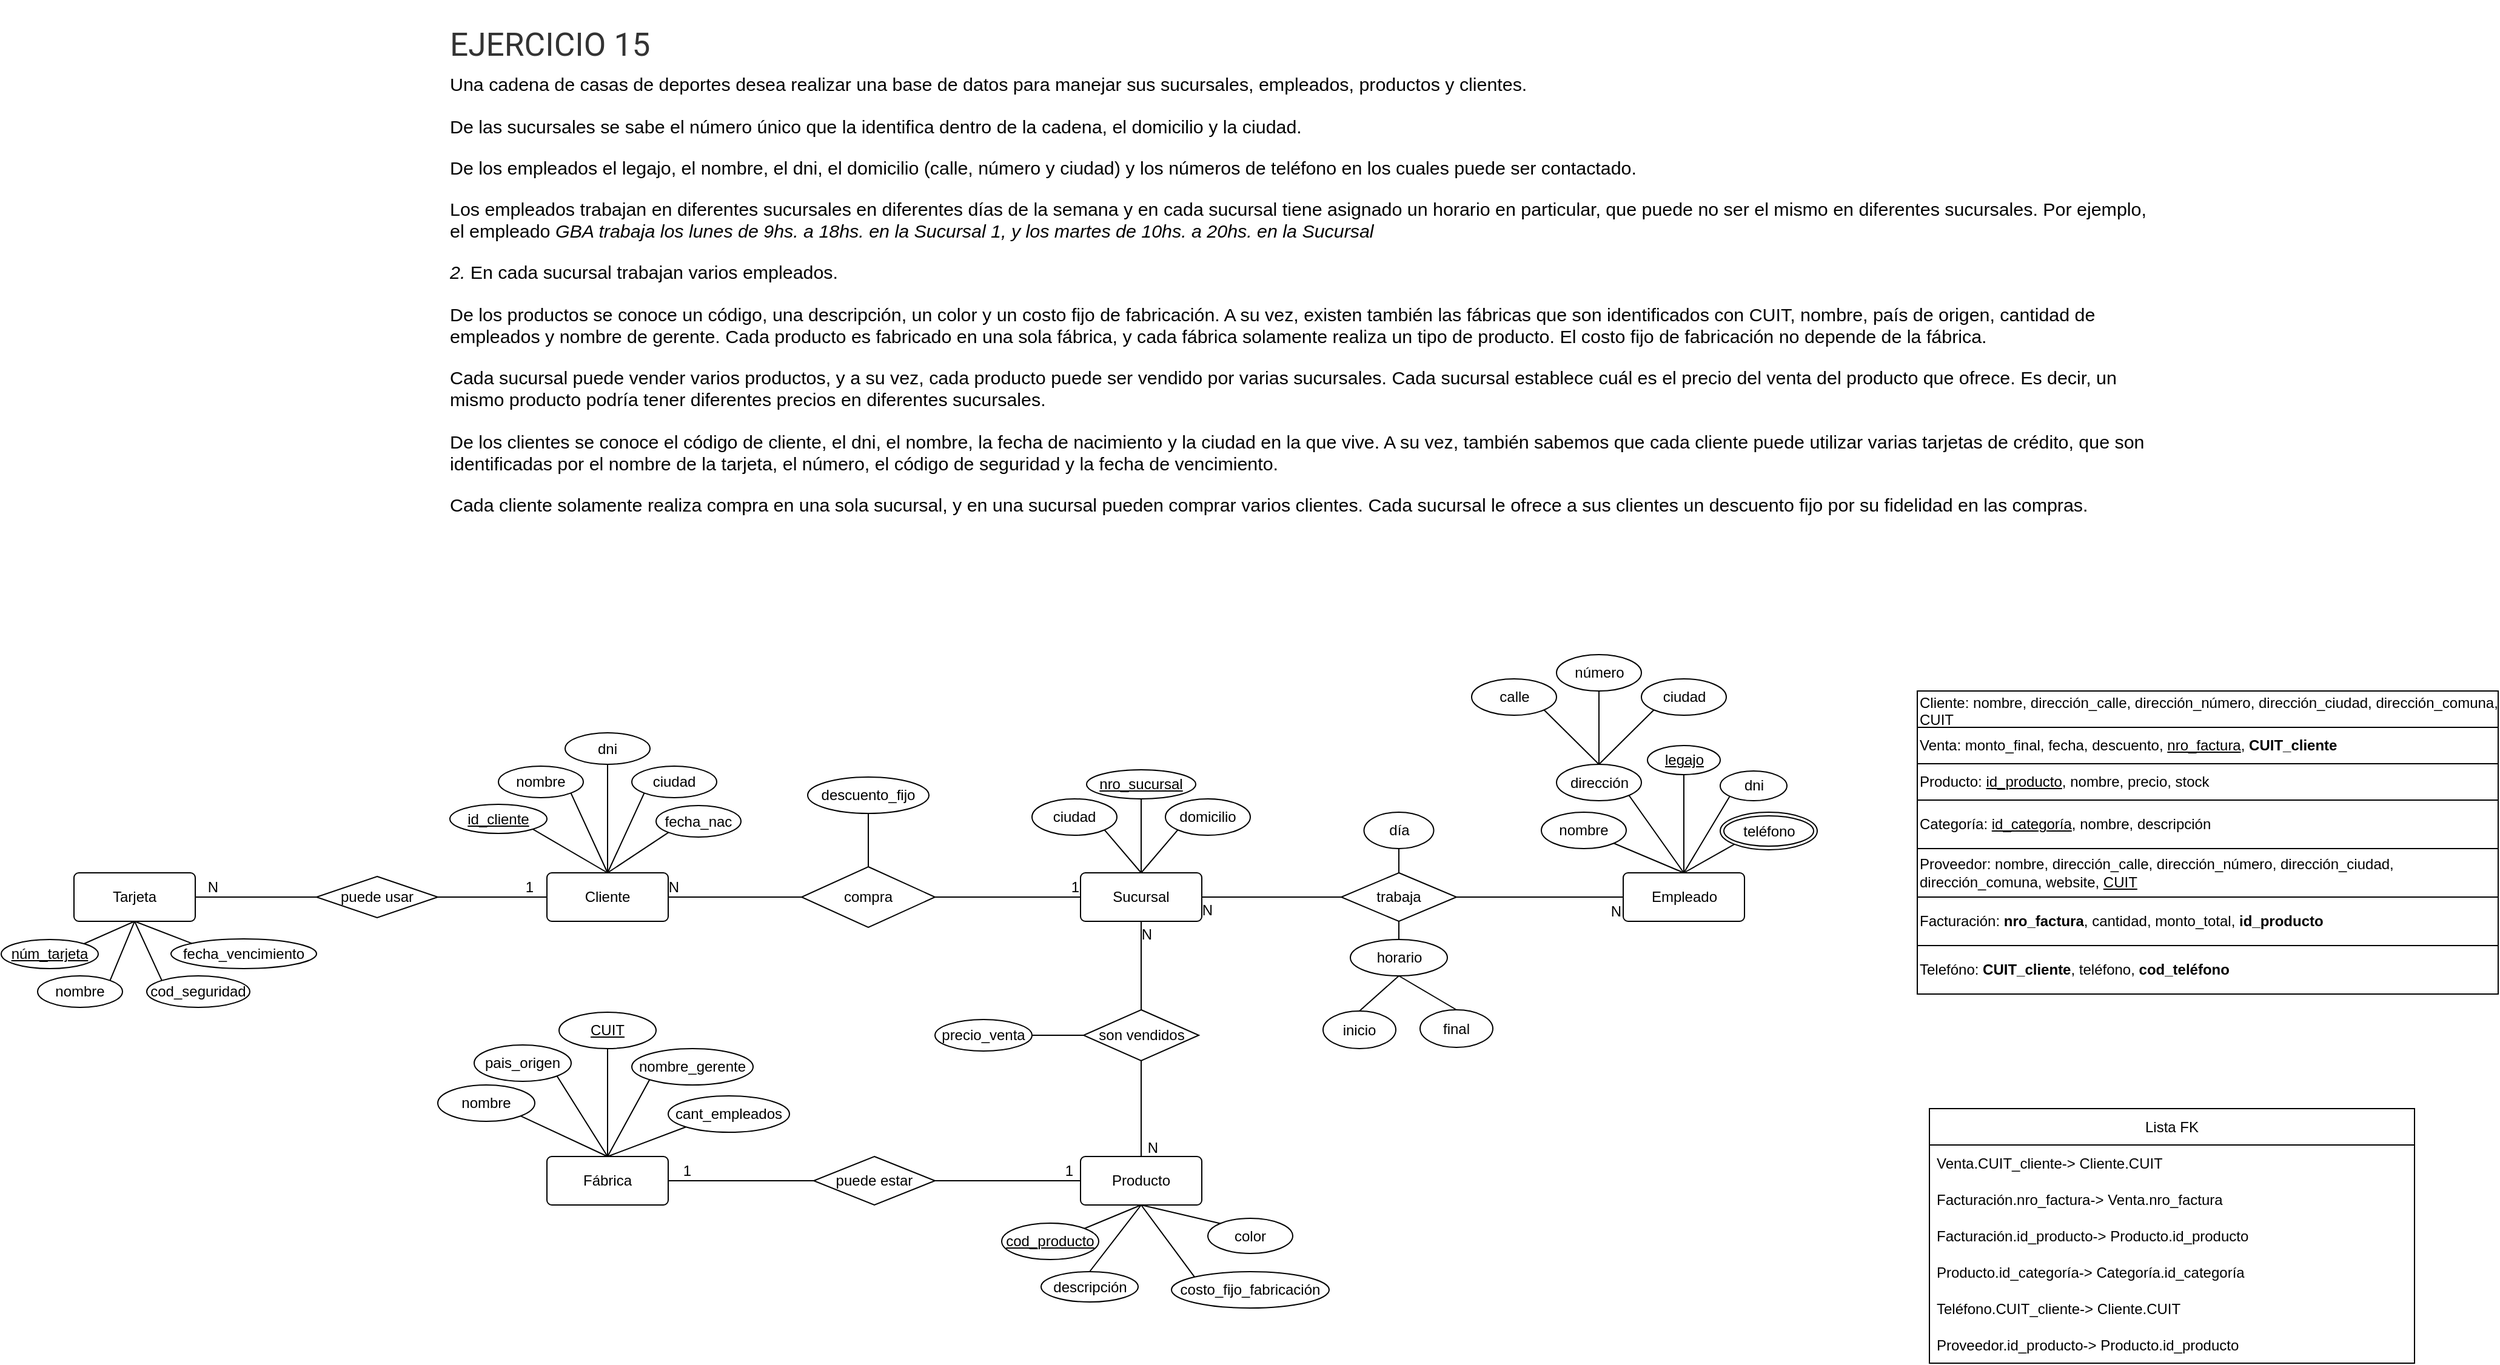
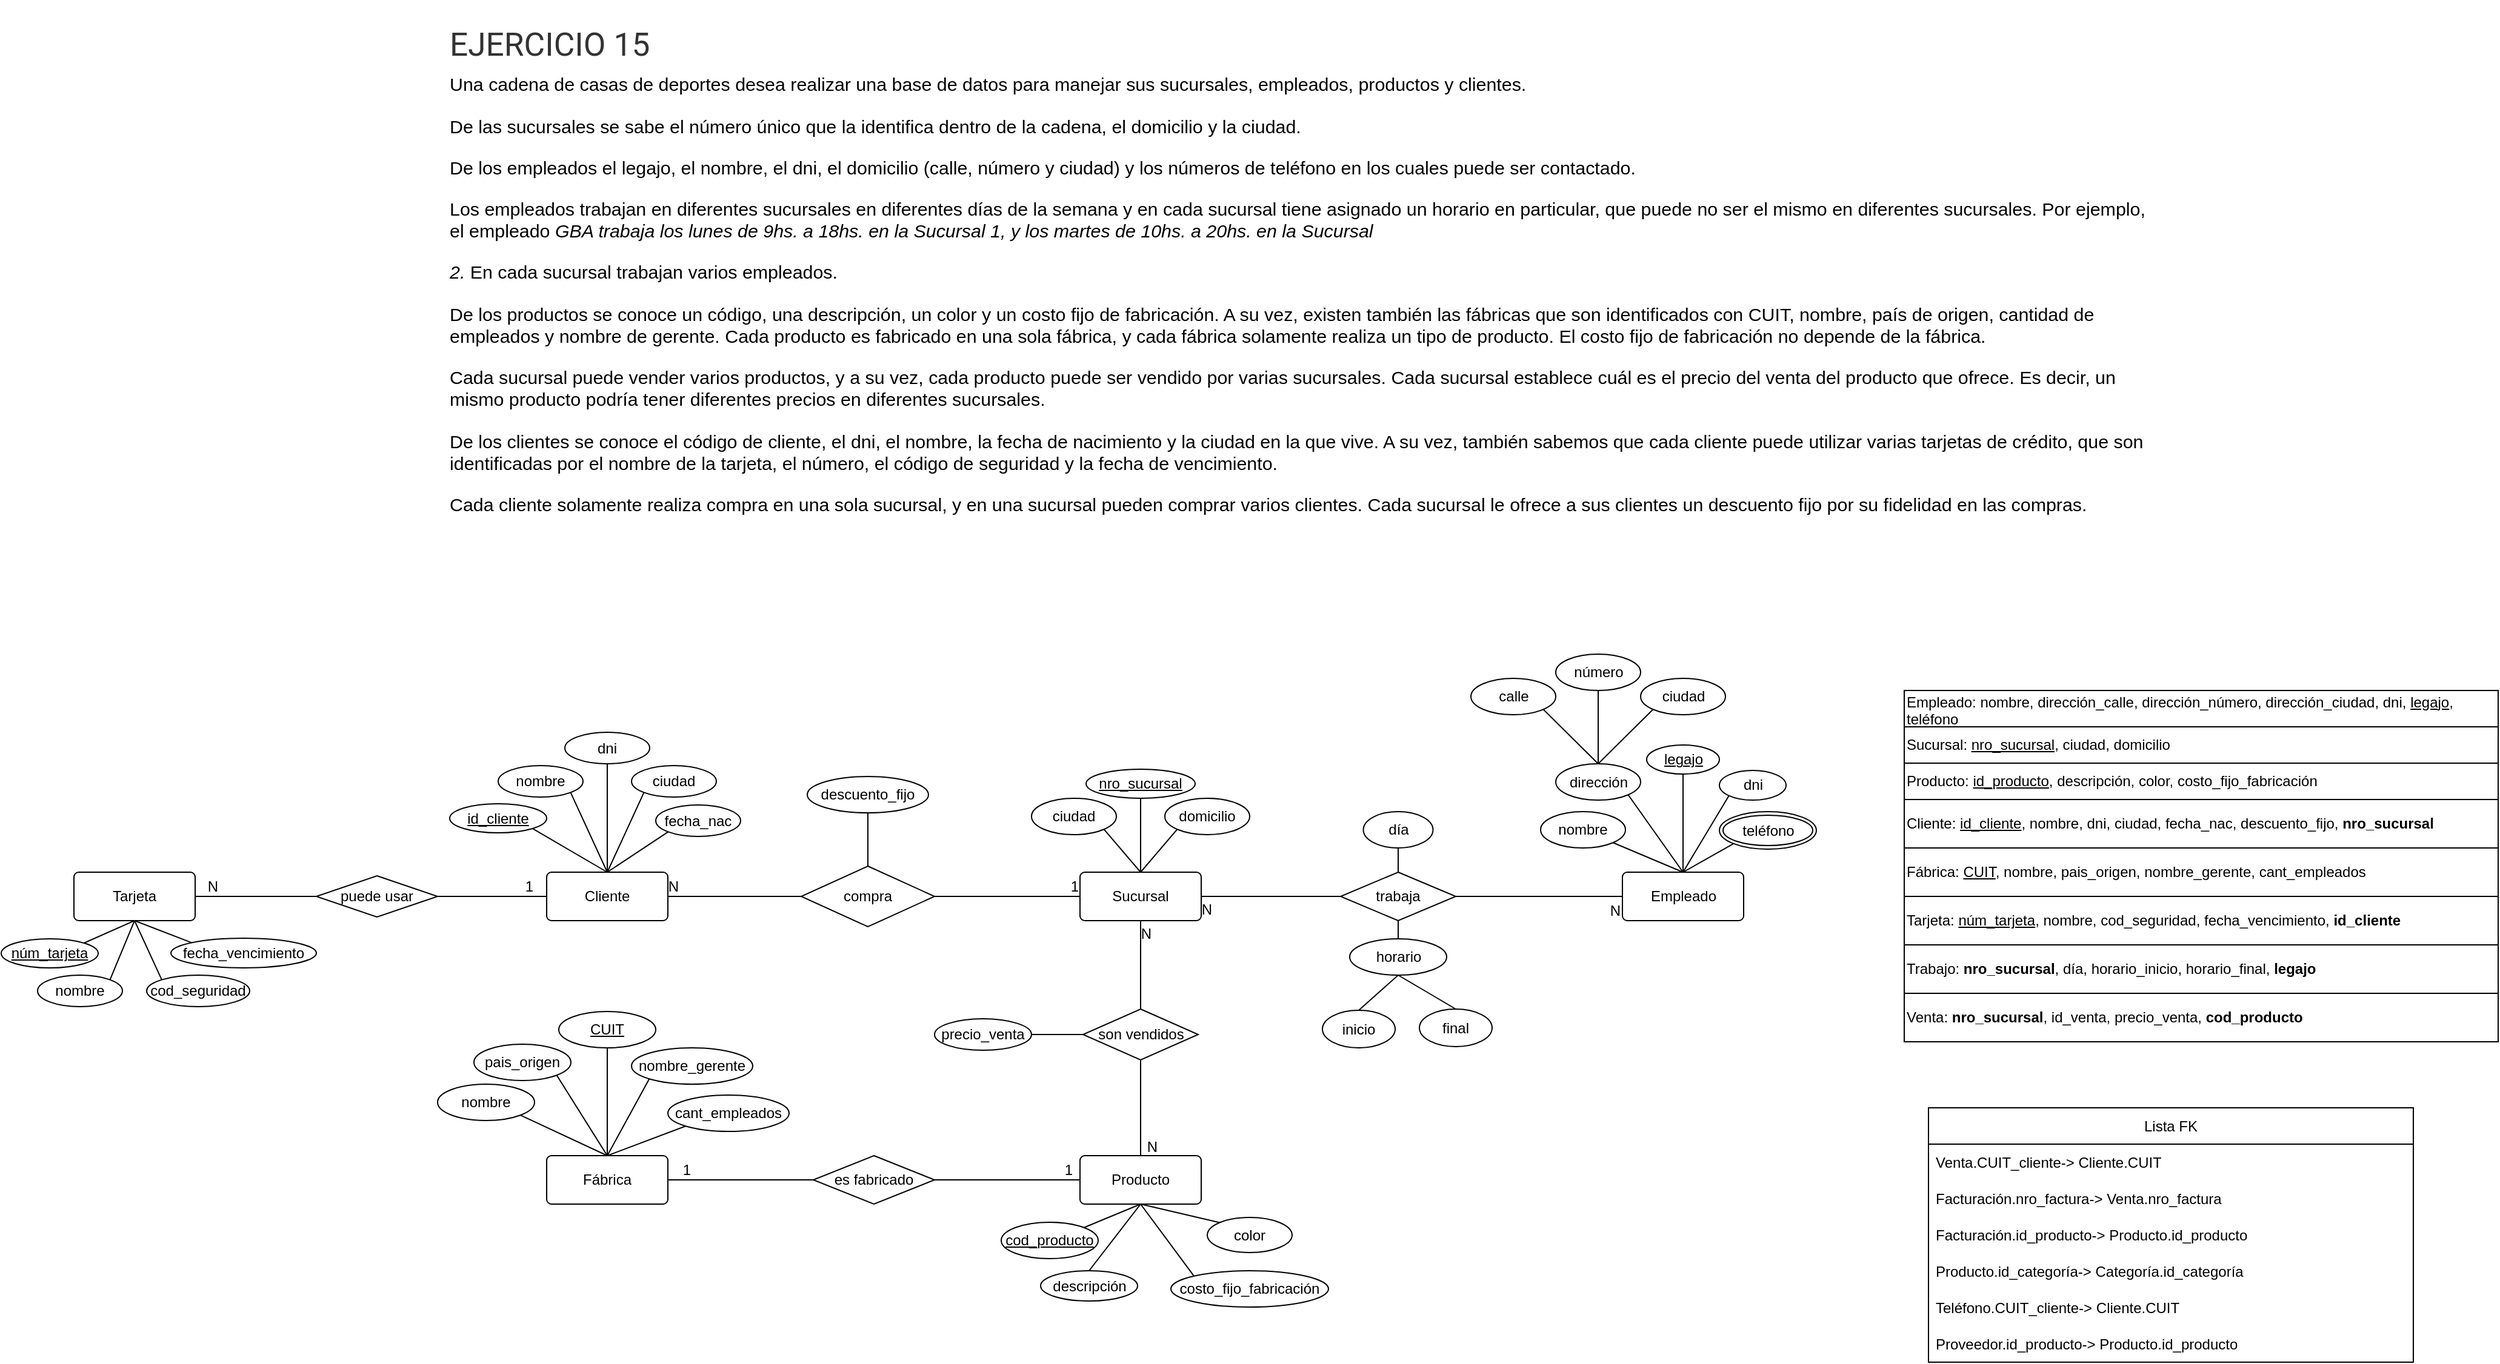
<mxfile host="app.diagrams.net">
  <diagram name="Página-1" id="dDNBranZba3NlD8anCg2">
    <mxGraphModel dx="2621" dy="1729" grid="1" gridSize="10" guides="1" tooltips="1" connect="1" arrows="1" fold="1" page="1" pageScale="1" pageWidth="1169" pageHeight="827" math="0" shadow="0">
      <root>
        <mxCell id="0" />
        <mxCell id="1" parent="0" />
        <mxCell id="__fQeJzKLpHXALts6HS9-1" parent="1" style="text;html=1;whiteSpace=wrap;overflow=hidden;rounded=0;" value="&#xa;&lt;h3 style=&quot;box-sizing: border-box; margin: 0px 0px 0.5rem; padding: 0px; font-weight: 400; line-height: 1.2; color: rgb(51, 51, 51); font-size: 1.6625rem; font-family: Roboto; font-style: normal; font-variant-ligatures: normal; font-variant-caps: normal; letter-spacing: normal; orphans: 2; text-align: start; text-indent: 0px; text-transform: none; widows: 2; word-spacing: 0px; -webkit-text-stroke-width: 0px; white-space: normal; background-color: rgb(255, 255, 255); text-decoration-thickness: initial; text-decoration-style: initial; text-decoration-color: initial;&quot;&gt;EJERCICIO 15&lt;/h3&gt;&lt;p style=&quot;box-sizing: border-box; margin: 0px 0px 1rem; padding: 0px; color: rgb(0, 0, 0); font-family: Barlow, Arial, sans-serif; font-size: 15.2px; font-style: normal; font-variant-ligatures: normal; font-variant-caps: normal; font-weight: 400; letter-spacing: normal; orphans: 2; text-align: start; text-indent: 0px; text-transform: none; widows: 2; word-spacing: 0px; -webkit-text-stroke-width: 0px; white-space: normal; background-color: rgb(255, 255, 255); text-decoration-thickness: initial; text-decoration-style: initial; text-decoration-color: initial;&quot;&gt;&lt;span lang=&quot;ES&quot; style=&quot;box-sizing: border-box; margin: 0px; padding: 0px;&quot;&gt;Una cadena de casas de deportes desea realizar una base de datos para manejar sus sucursales, empleados, productos y clientes.&lt;/span&gt;&lt;/p&gt;&lt;p id=&quot;yui_3_18_1_1_1779135404458_267&quot; style=&quot;box-sizing: border-box; margin: 0px 0px 1rem; padding: 0px; color: rgb(0, 0, 0); font-family: Barlow, Arial, sans-serif; font-size: 15.2px; font-style: normal; font-variant-ligatures: normal; font-variant-caps: normal; font-weight: 400; letter-spacing: normal; orphans: 2; text-align: start; text-indent: 0px; text-transform: none; widows: 2; word-spacing: 0px; -webkit-text-stroke-width: 0px; white-space: normal; background-color: rgb(255, 255, 255); text-decoration-thickness: initial; text-decoration-style: initial; text-decoration-color: initial;&quot;&gt;&lt;span lang=&quot;ES&quot; id=&quot;yui_3_18_1_1_1779135404458_266&quot; style=&quot;box-sizing: border-box; margin: 0px; padding: 0px;&quot;&gt;De las sucursales se sabe el número único que la identifica dentro de la cadena, el domicilio y la ciudad.&lt;/span&gt;&lt;/p&gt;&lt;p style=&quot;box-sizing: border-box; margin: 0px 0px 1rem; padding: 0px; color: rgb(0, 0, 0); font-family: Barlow, Arial, sans-serif; font-size: 15.2px; font-style: normal; font-variant-ligatures: normal; font-variant-caps: normal; font-weight: 400; letter-spacing: normal; orphans: 2; text-align: start; text-indent: 0px; text-transform: none; widows: 2; word-spacing: 0px; -webkit-text-stroke-width: 0px; white-space: normal; background-color: rgb(255, 255, 255); text-decoration-thickness: initial; text-decoration-style: initial; text-decoration-color: initial;&quot;&gt;&lt;span lang=&quot;ES&quot; style=&quot;box-sizing: border-box; margin: 0px; padding: 0px;&quot;&gt;De los empleados el legajo, el nombre, el dni, el domicilio (calle, número y ciudad) y los números de teléfono en los cuales puede ser contactado.&lt;/span&gt;&lt;/p&gt;&lt;p style=&quot;box-sizing: border-box; margin: 0px 0px 1rem; padding: 0px; color: rgb(0, 0, 0); font-family: Barlow, Arial, sans-serif; font-size: 15.2px; font-style: normal; font-variant-ligatures: normal; font-variant-caps: normal; font-weight: 400; letter-spacing: normal; orphans: 2; text-align: start; text-indent: 0px; text-transform: none; widows: 2; word-spacing: 0px; -webkit-text-stroke-width: 0px; white-space: normal; background-color: rgb(255, 255, 255); text-decoration-thickness: initial; text-decoration-style: initial; text-decoration-color: initial;&quot;&gt;&lt;span lang=&quot;ES&quot; style=&quot;box-sizing: border-box; margin: 0px; padding: 0px;&quot;&gt;Los empleados trabajan en diferentes sucursales en diferentes días de la semana y en cada sucursal tiene asignado un horario en particular, que puede no ser el mismo en diferentes sucursales. Por ejemplo, el empleado&amp;nbsp;&lt;i style=&quot;box-sizing: border-box; margin: 0px; padding: 0px;&quot;&gt;GBA trabaja los lunes de 9hs. a 18hs. en la Sucursal 1, y los martes de 10hs. a 20hs. en la Sucursal&lt;/i&gt;&lt;/span&gt;&lt;/p&gt;&lt;p style=&quot;box-sizing: border-box; margin: 0px 0px 1rem; padding: 0px; color: rgb(0, 0, 0); font-family: Barlow, Arial, sans-serif; font-size: 15.2px; font-style: normal; font-variant-ligatures: normal; font-variant-caps: normal; font-weight: 400; letter-spacing: normal; orphans: 2; text-align: start; text-indent: 0px; text-transform: none; widows: 2; word-spacing: 0px; -webkit-text-stroke-width: 0px; white-space: normal; background-color: rgb(255, 255, 255); text-decoration-thickness: initial; text-decoration-style: initial; text-decoration-color: initial;&quot;&gt;&lt;i style=&quot;box-sizing: border-box; margin: 0px; padding: 0px;&quot;&gt;&lt;span lang=&quot;ES&quot; style=&quot;box-sizing: border-box; margin: 0px; padding: 0px;&quot;&gt;2.&amp;nbsp;&lt;/span&gt;&lt;/i&gt;&lt;span lang=&quot;ES&quot; style=&quot;box-sizing: border-box; margin: 0px; padding: 0px;&quot;&gt;En cada sucursal trabajan varios empleados.&lt;/span&gt;&lt;/p&gt;&lt;p style=&quot;box-sizing: border-box; margin: 0px 0px 1rem; padding: 0px; color: rgb(0, 0, 0); font-family: Barlow, Arial, sans-serif; font-size: 15.2px; font-style: normal; font-variant-ligatures: normal; font-variant-caps: normal; font-weight: 400; letter-spacing: normal; orphans: 2; text-align: start; text-indent: 0px; text-transform: none; widows: 2; word-spacing: 0px; -webkit-text-stroke-width: 0px; white-space: normal; background-color: rgb(255, 255, 255); text-decoration-thickness: initial; text-decoration-style: initial; text-decoration-color: initial;&quot;&gt;&lt;span lang=&quot;ES&quot; style=&quot;box-sizing: border-box; margin: 0px; padding: 0px;&quot;&gt;De los productos se conoce un código, una descripción, un color y un costo fijo de fabricación. A su vez, existen también las fábricas que son identificados con CUIT, nombre, país de origen, cantidad de empleados y nombre de gerente. Cada producto es fabricado en una sola fábrica, y cada fábrica solamente realiza un tipo de producto. El costo fijo de fabricación no depende de la fábrica.&lt;/span&gt;&lt;/p&gt;&lt;p style=&quot;box-sizing: border-box; margin: 0px 0px 1rem; padding: 0px; color: rgb(0, 0, 0); font-family: Barlow, Arial, sans-serif; font-size: 15.2px; font-style: normal; font-variant-ligatures: normal; font-variant-caps: normal; font-weight: 400; letter-spacing: normal; orphans: 2; text-align: start; text-indent: 0px; text-transform: none; widows: 2; word-spacing: 0px; -webkit-text-stroke-width: 0px; white-space: normal; background-color: rgb(255, 255, 255); text-decoration-thickness: initial; text-decoration-style: initial; text-decoration-color: initial;&quot;&gt;&lt;span lang=&quot;ES&quot; style=&quot;box-sizing: border-box; margin: 0px; padding: 0px;&quot;&gt;Cada sucursal puede vender varios productos, y a su vez, cada producto puede ser vendido por varias sucursales. Cada sucursal establece cuál es el precio del venta del producto que ofrece. Es decir, un mismo producto podría tener diferentes precios en diferentes sucursales.&lt;/span&gt;&lt;/p&gt;&lt;p style=&quot;box-sizing: border-box; margin: 0px 0px 1rem; padding: 0px; color: rgb(0, 0, 0); font-family: Barlow, Arial, sans-serif; font-size: 15.2px; font-style: normal; font-variant-ligatures: normal; font-variant-caps: normal; font-weight: 400; letter-spacing: normal; orphans: 2; text-align: start; text-indent: 0px; text-transform: none; widows: 2; word-spacing: 0px; -webkit-text-stroke-width: 0px; white-space: normal; background-color: rgb(255, 255, 255); text-decoration-thickness: initial; text-decoration-style: initial; text-decoration-color: initial;&quot;&gt;&lt;span lang=&quot;ES&quot; style=&quot;box-sizing: border-box; margin: 0px; padding: 0px;&quot;&gt;De los clientes se conoce el código de cliente, el dni, el nombre, la fecha de nacimiento y la ciudad en la que vive. A su vez, también sabemos que cada cliente puede utilizar varias tarjetas de crédito, que son identificadas por el nombre de la tarjeta, el número, el código de seguridad y la fecha de vencimiento.&lt;/span&gt;&lt;/p&gt;&lt;p style=&quot;box-sizing: border-box; margin: 0px 0px 1rem; padding: 0px; color: rgb(0, 0, 0); font-family: Barlow, Arial, sans-serif; font-size: 15.2px; font-style: normal; font-variant-ligatures: normal; font-variant-caps: normal; font-weight: 400; letter-spacing: normal; orphans: 2; text-align: start; text-indent: 0px; text-transform: none; widows: 2; word-spacing: 0px; -webkit-text-stroke-width: 0px; white-space: normal; background-color: rgb(255, 255, 255); text-decoration-thickness: initial; text-decoration-style: initial; text-decoration-color: initial;&quot;&gt;&lt;span lang=&quot;ES&quot; style=&quot;box-sizing: border-box; margin: 0px; padding: 0px;&quot;&gt;Cada cliente solamente realiza compra en una sola sucursal, y en una sucursal pueden comprar varios clientes. Cada sucursal le ofrece a sus clientes un descuento fijo por su fidelidad en las compras.&lt;/span&gt;&lt;/p&gt;&#xa;&#xa;" vertex="1">
          <mxGeometry height="450" width="1415" x="-662.5" y="-750" as="geometry" />
        </mxCell>
        <mxCell id="__fQeJzKLpHXALts6HS9-2" parent="1" style="rounded=1;arcSize=10;whiteSpace=wrap;html=1;align=center;" value="Sucursal" vertex="1">
          <mxGeometry height="40" width="100" x="-140" y="-30" as="geometry" />
        </mxCell>
        <mxCell id="__fQeJzKLpHXALts6HS9-7" parent="1" style="rounded=1;arcSize=10;whiteSpace=wrap;html=1;align=center;" value="Empleado" vertex="1">
          <mxGeometry height="40" width="100" x="307.5" y="-30" as="geometry" />
        </mxCell>
        <mxCell id="__fQeJzKLpHXALts6HS9-11" parent="1" style="rounded=1;arcSize=10;whiteSpace=wrap;html=1;align=center;" value="Producto" vertex="1">
          <mxGeometry height="40" width="100" x="-140" y="204" as="geometry" />
        </mxCell>
        <mxCell id="__fQeJzKLpHXALts6HS9-13" parent="1" style="ellipse;whiteSpace=wrap;html=1;align=center;" value="costo_fijo_fabricación" vertex="1">
          <mxGeometry height="30" width="130" x="-65" y="299" as="geometry" />
        </mxCell>
        <mxCell id="__fQeJzKLpHXALts6HS9-15" parent="1" style="ellipse;whiteSpace=wrap;html=1;align=center;fontStyle=4;" value="cod_producto" vertex="1">
          <mxGeometry height="30" width="80" x="-205" y="259" as="geometry" />
        </mxCell>
        <mxCell id="__fQeJzKLpHXALts6HS9-16" parent="1" style="rounded=1;arcSize=10;whiteSpace=wrap;html=1;align=center;" value="Cliente" vertex="1">
          <mxGeometry height="40" width="100" x="-580" y="-30" as="geometry" />
        </mxCell>
        <mxCell id="__fQeJzKLpHXALts6HS9-17" parent="1" style="shape=rhombus;perimeter=rhombusPerimeter;whiteSpace=wrap;html=1;align=center;" value="compra" vertex="1">
          <mxGeometry height="50" width="110" x="-370" y="-35" as="geometry" />
        </mxCell>
-         <mxCell id="__fQeJzKLpHXALts6HS9-28" parent="1" style="shape=rhombus;perimeter=rhombusPerimeter;whiteSpace=wrap;html=1;align=center;" value="puede estar" vertex="1">
+         <mxCell id="__fQeJzKLpHXALts6HS9-28" parent="1" style="shape=rhombus;perimeter=rhombusPerimeter;whiteSpace=wrap;html=1;align=center;" value="es fabricado" vertex="1">
          <mxGeometry height="40" width="100" x="-360" y="204" as="geometry" />
        </mxCell>
        <mxCell id="__fQeJzKLpHXALts6HS9-29" parent="1" style="shape=rhombus;perimeter=rhombusPerimeter;whiteSpace=wrap;html=1;align=center;" value="trabaja" vertex="1">
          <mxGeometry height="40" width="95" x="75" y="-30" as="geometry" />
        </mxCell>
        <mxCell id="__fQeJzKLpHXALts6HS9-30" edge="1" parent="1" source="__fQeJzKLpHXALts6HS9-17" style="endArrow=none;html=1;rounded=0;exitX=1;exitY=0.5;exitDx=0;exitDy=0;entryX=0;entryY=0.5;entryDx=0;entryDy=0;" target="__fQeJzKLpHXALts6HS9-2" value="">
          <mxGeometry relative="1" as="geometry">
            <mxPoint x="-140" y="-275" as="sourcePoint" />
            <mxPoint x="-180" y="-10" as="targetPoint" />
          </mxGeometry>
        </mxCell>
        <mxCell id="__fQeJzKLpHXALts6HS9-31" connectable="0" parent="__fQeJzKLpHXALts6HS9-30" style="resizable=0;html=1;whiteSpace=wrap;align=right;verticalAlign=bottom;" value="1" vertex="1">
          <mxGeometry relative="1" x="1" as="geometry" />
        </mxCell>
        <mxCell id="__fQeJzKLpHXALts6HS9-34" edge="1" parent="1" source="__fQeJzKLpHXALts6HS9-17" style="endArrow=none;html=1;rounded=0;exitX=0;exitY=0.5;exitDx=0;exitDy=0;entryX=1;entryY=0.5;entryDx=0;entryDy=0;" target="__fQeJzKLpHXALts6HS9-16" value="">
          <mxGeometry relative="1" as="geometry">
            <mxPoint x="-140" y="55" as="sourcePoint" />
            <mxPoint x="-500" y="-15" as="targetPoint" />
          </mxGeometry>
        </mxCell>
        <mxCell id="__fQeJzKLpHXALts6HS9-35" connectable="0" parent="__fQeJzKLpHXALts6HS9-34" style="resizable=0;html=1;whiteSpace=wrap;align=right;verticalAlign=bottom;" value="N" vertex="1">
          <mxGeometry relative="1" x="1" as="geometry">
            <mxPoint x="10" as="offset" />
          </mxGeometry>
        </mxCell>
        <mxCell id="__fQeJzKLpHXALts6HS9-36" edge="1" parent="1" source="__fQeJzKLpHXALts6HS9-11" style="endArrow=none;html=1;rounded=0;exitX=0.5;exitY=1;exitDx=0;exitDy=0;entryX=0;entryY=0;entryDx=0;entryDy=0;" target="__fQeJzKLpHXALts6HS9-13" value="">
          <mxGeometry relative="1" as="geometry">
            <mxPoint x="30" y="449" as="sourcePoint" />
            <mxPoint x="-30" y="215" as="targetPoint" />
          </mxGeometry>
        </mxCell>
        <mxCell id="__fQeJzKLpHXALts6HS9-37" edge="1" parent="1" source="__fQeJzKLpHXALts6HS9-11" style="endArrow=none;html=1;rounded=0;exitX=0.5;exitY=1;exitDx=0;exitDy=0;entryX=1;entryY=0;entryDx=0;entryDy=0;" target="__fQeJzKLpHXALts6HS9-15" value="">
          <mxGeometry relative="1" as="geometry">
            <mxPoint x="-100" y="289" as="sourcePoint" />
            <mxPoint x="-40" y="329" as="targetPoint" />
          </mxGeometry>
        </mxCell>
        <mxCell id="__fQeJzKLpHXALts6HS9-38" edge="1" parent="1" source="__fQeJzKLpHXALts6HS9-11" style="endArrow=none;html=1;rounded=0;exitX=0.5;exitY=1;exitDx=0;exitDy=0;entryX=0.5;entryY=0;entryDx=0;entryDy=0;" target="aBGAuLwUvEidJyp7IOy3-38" value="">
          <mxGeometry relative="1" as="geometry">
            <mxPoint x="-70" y="299" as="sourcePoint" />
            <mxPoint x="-130" y="299" as="targetPoint" />
          </mxGeometry>
        </mxCell>
        <mxCell id="__fQeJzKLpHXALts6HS9-39" edge="1" parent="1" source="__fQeJzKLpHXALts6HS9-28" style="endArrow=none;html=1;rounded=0;exitX=0;exitY=0.5;exitDx=0;exitDy=0;entryX=1;entryY=0.5;entryDx=0;entryDy=0;" target="aBGAuLwUvEidJyp7IOy3-49" value="">
          <mxGeometry relative="1" as="geometry">
            <mxPoint x="200" y="80" as="sourcePoint" />
            <mxPoint x="-390" y="70" as="targetPoint" />
          </mxGeometry>
        </mxCell>
        <mxCell id="__fQeJzKLpHXALts6HS9-40" connectable="0" parent="__fQeJzKLpHXALts6HS9-39" style="resizable=0;html=1;whiteSpace=wrap;align=right;verticalAlign=bottom;" value="1" vertex="1">
          <mxGeometry relative="1" x="1" as="geometry">
            <mxPoint x="20" as="offset" />
          </mxGeometry>
        </mxCell>
        <mxCell id="__fQeJzKLpHXALts6HS9-41" edge="1" parent="1" source="__fQeJzKLpHXALts6HS9-28" style="endArrow=none;html=1;rounded=0;exitX=1;exitY=0.5;exitDx=0;exitDy=0;entryX=0;entryY=0.5;entryDx=0;entryDy=0;" target="__fQeJzKLpHXALts6HS9-11" value="">
          <mxGeometry relative="1" as="geometry">
            <mxPoint x="-390" y="-80.00000000000023" as="sourcePoint" />
            <mxPoint x="-390" y="-170" as="targetPoint" />
          </mxGeometry>
        </mxCell>
        <mxCell id="__fQeJzKLpHXALts6HS9-42" connectable="0" parent="__fQeJzKLpHXALts6HS9-41" style="resizable=0;html=1;whiteSpace=wrap;align=right;verticalAlign=bottom;" value="1" vertex="1">
          <mxGeometry relative="1" x="1" as="geometry">
            <mxPoint x="-5" as="offset" />
          </mxGeometry>
        </mxCell>
        <mxCell id="__fQeJzKLpHXALts6HS9-47" edge="1" parent="1" source="aBGAuLwUvEidJyp7IOy3-1" style="endArrow=none;html=1;rounded=0;exitX=1;exitY=1;exitDx=0;exitDy=0;entryX=0.5;entryY=0;entryDx=0;entryDy=0;" target="__fQeJzKLpHXALts6HS9-2" value="">
          <mxGeometry relative="1" as="geometry">
            <mxPoint x="329.9999999999998" y="-304.9999999999998" as="sourcePoint" />
            <mxPoint x="390" y="-215" as="targetPoint" />
          </mxGeometry>
        </mxCell>
        <mxCell id="__fQeJzKLpHXALts6HS9-48" edge="1" parent="1" source="ueE01yVk29oMdbMIV5Yc-25" style="endArrow=none;html=1;rounded=0;entryX=0.5;entryY=0;entryDx=0;entryDy=0;exitX=0.5;exitY=1;exitDx=0;exitDy=0;" target="__fQeJzKLpHXALts6HS9-2" value="">
          <mxGeometry relative="1" as="geometry">
            <mxPoint x="370" y="-299" as="sourcePoint" />
            <mxPoint x="400" y="-195" as="targetPoint" />
          </mxGeometry>
        </mxCell>
        <mxCell id="__fQeJzKLpHXALts6HS9-58" edge="1" parent="1" source="__fQeJzKLpHXALts6HS9-29" style="endArrow=none;html=1;rounded=0;entryX=0;entryY=0.5;entryDx=0;entryDy=0;exitX=1;exitY=0.5;exitDx=0;exitDy=0;" target="__fQeJzKLpHXALts6HS9-7" value="">
          <mxGeometry relative="1" as="geometry">
            <mxPoint x="170" y="-15" as="sourcePoint" />
            <mxPoint x="300" y="-10" as="targetPoint" />
          </mxGeometry>
        </mxCell>
        <mxCell id="__fQeJzKLpHXALts6HS9-59" connectable="0" parent="__fQeJzKLpHXALts6HS9-58" style="resizable=0;html=1;whiteSpace=wrap;align=right;verticalAlign=bottom;" value="N" vertex="1">
          <mxGeometry relative="1" x="1" as="geometry">
            <mxPoint y="20" as="offset" />
          </mxGeometry>
        </mxCell>
        <mxCell id="__fQeJzKLpHXALts6HS9-60" edge="1" parent="1" source="__fQeJzKLpHXALts6HS9-29" style="endArrow=none;html=1;rounded=0;exitX=0;exitY=0.5;exitDx=0;exitDy=0;entryX=1;entryY=0.5;entryDx=0;entryDy=0;" target="__fQeJzKLpHXALts6HS9-2" value="">
          <mxGeometry relative="1" as="geometry">
            <mxPoint x="720" y="-195" as="sourcePoint" />
            <mxPoint x="880" y="-195" as="targetPoint" />
          </mxGeometry>
        </mxCell>
        <mxCell id="__fQeJzKLpHXALts6HS9-61" connectable="0" parent="__fQeJzKLpHXALts6HS9-60" style="resizable=0;html=1;whiteSpace=wrap;align=right;verticalAlign=bottom;" value="N" vertex="1">
          <mxGeometry relative="1" x="1" as="geometry">
            <mxPoint x="10" y="19" as="offset" />
          </mxGeometry>
        </mxCell>
        <mxCell id="ueE01yVk29oMdbMIV5Yc-1" parent="1" style="swimlane;fontStyle=0;childLayout=stackLayout;horizontal=1;startSize=30;horizontalStack=0;resizeParent=1;resizeParentMax=0;resizeLast=0;collapsible=1;marginBottom=0;whiteSpace=wrap;html=1;" value="Lista FK" vertex="1">
          <mxGeometry height="210" width="400" x="560" y="164.5" as="geometry" />
        </mxCell>
        <mxCell id="ueE01yVk29oMdbMIV5Yc-2" parent="ueE01yVk29oMdbMIV5Yc-1" style="text;strokeColor=none;fillColor=none;align=left;verticalAlign=middle;spacingLeft=4;spacingRight=4;overflow=hidden;points=[[0,0.5],[1,0.5]];portConstraint=eastwest;rotatable=0;whiteSpace=wrap;html=1;" value="Venta.CUIT_cliente-&amp;gt; Cliente.CUIT" vertex="1">
          <mxGeometry height="30" width="400" y="30" as="geometry" />
        </mxCell>
        <mxCell id="ueE01yVk29oMdbMIV5Yc-3" parent="ueE01yVk29oMdbMIV5Yc-1" style="text;strokeColor=none;fillColor=none;align=left;verticalAlign=middle;spacingLeft=4;spacingRight=4;overflow=hidden;points=[[0,0.5],[1,0.5]];portConstraint=eastwest;rotatable=0;whiteSpace=wrap;html=1;" value="Facturación.nro_factura-&amp;gt; Venta.nro_factura" vertex="1">
          <mxGeometry height="30" width="400" y="60" as="geometry" />
        </mxCell>
        <mxCell id="ueE01yVk29oMdbMIV5Yc-4" parent="ueE01yVk29oMdbMIV5Yc-1" style="text;strokeColor=none;fillColor=none;align=left;verticalAlign=middle;spacingLeft=4;spacingRight=4;overflow=hidden;points=[[0,0.5],[1,0.5]];portConstraint=eastwest;rotatable=0;whiteSpace=wrap;html=1;" value="Facturación.id_producto-&amp;gt; Producto.id_producto" vertex="1">
          <mxGeometry height="30" width="400" y="90" as="geometry" />
        </mxCell>
        <mxCell id="ueE01yVk29oMdbMIV5Yc-5" parent="ueE01yVk29oMdbMIV5Yc-1" style="text;strokeColor=none;fillColor=none;align=left;verticalAlign=middle;spacingLeft=4;spacingRight=4;overflow=hidden;points=[[0,0.5],[1,0.5]];portConstraint=eastwest;rotatable=0;whiteSpace=wrap;html=1;" value="Producto.id_categoría-&amp;gt; Categoría.id_categoría" vertex="1">
          <mxGeometry height="30" width="400" y="120" as="geometry" />
        </mxCell>
        <mxCell id="ueE01yVk29oMdbMIV5Yc-6" parent="ueE01yVk29oMdbMIV5Yc-1" style="text;strokeColor=none;fillColor=none;align=left;verticalAlign=middle;spacingLeft=4;spacingRight=4;overflow=hidden;points=[[0,0.5],[1,0.5]];portConstraint=eastwest;rotatable=0;whiteSpace=wrap;html=1;" value="Teléfono.CUIT_cliente-&amp;gt; Cliente.CUIT" vertex="1">
          <mxGeometry height="30" width="400" y="150" as="geometry" />
        </mxCell>
        <mxCell id="ueE01yVk29oMdbMIV5Yc-31" parent="ueE01yVk29oMdbMIV5Yc-1" style="text;strokeColor=none;fillColor=none;align=left;verticalAlign=middle;spacingLeft=4;spacingRight=4;overflow=hidden;points=[[0,0.5],[1,0.5]];portConstraint=eastwest;rotatable=0;whiteSpace=wrap;html=1;" value="Proveedor.id_producto-&amp;gt; Producto.id_producto" vertex="1">
          <mxGeometry height="30" width="400" y="180" as="geometry" />
        </mxCell>
        <mxCell id="ueE01yVk29oMdbMIV5Yc-12" parent="1" style="shape=table;startSize=0;container=1;collapsible=0;childLayout=tableLayout;fixedHeader=1;" value="" vertex="1">
-           <mxGeometry height="249.99999999999977" width="479" x="550" y="-180" as="geometry" />
+           <mxGeometry height="290" width="490" x="540" y="-180" as="geometry" />
        </mxCell>
        <mxCell id="3osZsQ2Fq6k2BvSbL6Ga-1" parent="ueE01yVk29oMdbMIV5Yc-12" style="shape=tableRow;horizontal=0;startSize=0;swimlaneHead=0;swimlaneBody=0;strokeColor=inherit;top=0;left=0;bottom=0;right=0;collapsible=0;dropTarget=0;fillColor=none;points=[[0,0.5],[1,0.5]];portConstraint=eastwest;fixedHeader=1;" value="" vertex="1">
-           <mxGeometry height="30" width="479" as="geometry" />
-         </mxCell>
-         <mxCell id="3osZsQ2Fq6k2BvSbL6Ga-2" parent="3osZsQ2Fq6k2BvSbL6Ga-1" style="shape=partialRectangle;html=1;whiteSpace=wrap;connectable=0;strokeColor=inherit;overflow=hidden;fillColor=none;top=0;left=0;bottom=0;right=0;pointerEvents=1;align=left;" value="&lt;div style=&quot;&quot;&gt;&lt;span style=&quot;background-color: transparent; color: light-dark(rgb(0, 0, 0), rgb(255, 255, 255));&quot;&gt;Cliente: nombre,&amp;nbsp;&lt;/span&gt;&lt;span style=&quot;background-color: transparent; color: light-dark(rgb(0, 0, 0), rgb(255, 255, 255));&quot;&gt;dirección_calle, dirección_número, dirección_ciudad, dirección_comuna&lt;/span&gt;&lt;span style=&quot;background-color: transparent; color: light-dark(rgb(0, 0, 0), rgb(255, 255, 255));&quot;&gt;, &lt;u&gt;CUIT&lt;/u&gt;&lt;/span&gt;&lt;/div&gt;" vertex="1">
-           <mxGeometry height="30" width="479" as="geometry">
-             <mxRectangle height="30" width="479" as="alternateBounds" />
+           <mxGeometry height="30" width="490" as="geometry" />
+         </mxCell>
+         <mxCell id="3osZsQ2Fq6k2BvSbL6Ga-2" parent="3osZsQ2Fq6k2BvSbL6Ga-1" style="shape=partialRectangle;html=1;whiteSpace=wrap;connectable=0;strokeColor=inherit;overflow=hidden;fillColor=none;top=0;left=0;bottom=0;right=0;pointerEvents=1;align=left;" value="&lt;div style=&quot;&quot;&gt;&lt;span style=&quot;background-color: transparent; color: light-dark(rgb(0, 0, 0), rgb(255, 255, 255));&quot;&gt;Empleado: nombre,&amp;nbsp;&lt;/span&gt;&lt;span style=&quot;background-color: transparent; color: light-dark(rgb(0, 0, 0), rgb(255, 255, 255));&quot;&gt;dirección_calle, dirección_número, dirección_ciudad, dni&lt;/span&gt;&lt;span style=&quot;background-color: transparent; color: light-dark(rgb(0, 0, 0), rgb(255, 255, 255));&quot;&gt;, &lt;u&gt;legajo&lt;/u&gt;, teléfono&lt;/span&gt;&lt;/div&gt;" vertex="1">
+           <mxGeometry height="30" width="490" as="geometry">
+             <mxRectangle height="30" width="490" as="alternateBounds" />
          </mxGeometry>
        </mxCell>
        <mxCell id="ueE01yVk29oMdbMIV5Yc-13" parent="ueE01yVk29oMdbMIV5Yc-12" style="shape=tableRow;horizontal=0;startSize=0;swimlaneHead=0;swimlaneBody=0;strokeColor=inherit;top=0;left=0;bottom=0;right=0;collapsible=0;dropTarget=0;fillColor=none;points=[[0,0.5],[1,0.5]];portConstraint=eastwest;fixedHeader=1;" value="" vertex="1">
-           <mxGeometry height="30" width="479" y="30" as="geometry" />
-         </mxCell>
-         <mxCell id="ueE01yVk29oMdbMIV5Yc-14" parent="ueE01yVk29oMdbMIV5Yc-13" style="shape=partialRectangle;html=1;whiteSpace=wrap;connectable=0;strokeColor=inherit;overflow=hidden;fillColor=none;top=0;left=0;bottom=0;right=0;pointerEvents=1;align=left;" value="&lt;div style=&quot;&quot;&gt;&lt;span style=&quot;background-color: transparent; color: light-dark(rgb(0, 0, 0), rgb(255, 255, 255));&quot;&gt;Venta: monto_final,&amp;nbsp;&lt;/span&gt;&lt;span style=&quot;background-color: transparent; color: light-dark(rgb(0, 0, 0), rgb(255, 255, 255));&quot;&gt;fecha, descuento&lt;/span&gt;&lt;span style=&quot;background-color: transparent; color: light-dark(rgb(0, 0, 0), rgb(255, 255, 255));&quot;&gt;, &lt;u&gt;nro_factura&lt;/u&gt;, &lt;b&gt;CUIT_cliente&lt;/b&gt;&lt;/span&gt;&lt;/div&gt;" vertex="1">
-           <mxGeometry height="30" width="479" as="geometry">
-             <mxRectangle height="30" width="479" as="alternateBounds" />
+           <mxGeometry height="30" width="490" y="30" as="geometry" />
+         </mxCell>
+         <mxCell id="ueE01yVk29oMdbMIV5Yc-14" parent="ueE01yVk29oMdbMIV5Yc-13" style="shape=partialRectangle;html=1;whiteSpace=wrap;connectable=0;strokeColor=inherit;overflow=hidden;fillColor=none;top=0;left=0;bottom=0;right=0;pointerEvents=1;align=left;" value="&lt;div style=&quot;&quot;&gt;&lt;span style=&quot;background-color: transparent; color: light-dark(rgb(0, 0, 0), rgb(255, 255, 255));&quot;&gt;Sucursal: &lt;u&gt;nro_sucursal&lt;/u&gt;,&amp;nbsp;&lt;/span&gt;&lt;span style=&quot;background-color: transparent; color: light-dark(rgb(0, 0, 0), rgb(255, 255, 255));&quot;&gt;ciudad, domicilio&lt;/span&gt;&lt;/div&gt;" vertex="1">
+           <mxGeometry height="30" width="490" as="geometry">
+             <mxRectangle height="30" width="490" as="alternateBounds" />
          </mxGeometry>
        </mxCell>
        <mxCell id="ueE01yVk29oMdbMIV5Yc-15" parent="ueE01yVk29oMdbMIV5Yc-12" style="shape=tableRow;horizontal=0;startSize=0;swimlaneHead=0;swimlaneBody=0;strokeColor=inherit;top=0;left=0;bottom=0;right=0;collapsible=0;dropTarget=0;fillColor=none;points=[[0,0.5],[1,0.5]];portConstraint=eastwest;fixedHeader=1;" value="" vertex="1">
-           <mxGeometry height="30" width="479" y="60" as="geometry" />
-         </mxCell>
-         <mxCell id="ueE01yVk29oMdbMIV5Yc-16" parent="ueE01yVk29oMdbMIV5Yc-15" style="shape=partialRectangle;html=1;whiteSpace=wrap;connectable=0;strokeColor=inherit;overflow=hidden;fillColor=none;top=0;left=0;bottom=0;right=0;pointerEvents=1;align=left;" value="Producto: &lt;u&gt;id_producto&lt;/u&gt;, nombre, precio, stock" vertex="1">
-           <mxGeometry height="30" width="479" as="geometry">
-             <mxRectangle height="30" width="479" as="alternateBounds" />
+           <mxGeometry height="30" width="490" y="60" as="geometry" />
+         </mxCell>
+         <mxCell id="ueE01yVk29oMdbMIV5Yc-16" parent="ueE01yVk29oMdbMIV5Yc-15" style="shape=partialRectangle;html=1;whiteSpace=wrap;connectable=0;strokeColor=inherit;overflow=hidden;fillColor=none;top=0;left=0;bottom=0;right=0;pointerEvents=1;align=left;" value="Producto: &lt;u&gt;id_producto&lt;/u&gt;, descripción, color, costo_fijo_fabricación" vertex="1">
+           <mxGeometry height="30" width="490" as="geometry">
+             <mxRectangle height="30" width="490" as="alternateBounds" />
          </mxGeometry>
        </mxCell>
        <mxCell id="ueE01yVk29oMdbMIV5Yc-17" parent="ueE01yVk29oMdbMIV5Yc-12" style="shape=tableRow;horizontal=0;startSize=0;swimlaneHead=0;swimlaneBody=0;strokeColor=inherit;top=0;left=0;bottom=0;right=0;collapsible=0;dropTarget=0;fillColor=none;points=[[0,0.5],[1,0.5]];portConstraint=eastwest;fixedHeader=1;" value="" vertex="1">
-           <mxGeometry height="40" width="479" y="90" as="geometry" />
-         </mxCell>
-         <mxCell id="ueE01yVk29oMdbMIV5Yc-18" parent="ueE01yVk29oMdbMIV5Yc-17" style="shape=partialRectangle;html=1;whiteSpace=wrap;connectable=0;strokeColor=inherit;overflow=hidden;fillColor=none;top=0;left=0;bottom=0;right=0;pointerEvents=1;align=left;" value="Categoría: &lt;u&gt;id_categoría&lt;/u&gt;, nombre, descripción" vertex="1">
-           <mxGeometry height="40" width="479" as="geometry">
-             <mxRectangle height="40" width="479" as="alternateBounds" />
+           <mxGeometry height="40" width="490" y="90" as="geometry" />
+         </mxCell>
+         <mxCell id="ueE01yVk29oMdbMIV5Yc-18" parent="ueE01yVk29oMdbMIV5Yc-17" style="shape=partialRectangle;html=1;whiteSpace=wrap;connectable=0;strokeColor=inherit;overflow=hidden;fillColor=none;top=0;left=0;bottom=0;right=0;pointerEvents=1;align=left;" value="Cliente: &lt;u&gt;id_cliente&lt;/u&gt;, nombre, dni, ciudad, fecha_nac, descuento_fijo, &lt;b&gt;nro_sucursal&lt;/b&gt;" vertex="1">
+           <mxGeometry height="40" width="490" as="geometry">
+             <mxRectangle height="40" width="490" as="alternateBounds" />
          </mxGeometry>
        </mxCell>
        <mxCell id="ueE01yVk29oMdbMIV5Yc-19" parent="ueE01yVk29oMdbMIV5Yc-12" style="shape=tableRow;horizontal=0;startSize=0;swimlaneHead=0;swimlaneBody=0;strokeColor=inherit;top=0;left=0;bottom=0;right=0;collapsible=0;dropTarget=0;fillColor=none;points=[[0,0.5],[1,0.5]];portConstraint=eastwest;fixedHeader=1;" value="" vertex="1">
-           <mxGeometry height="40" width="479" y="130" as="geometry" />
-         </mxCell>
-         <mxCell id="ueE01yVk29oMdbMIV5Yc-20" parent="ueE01yVk29oMdbMIV5Yc-19" style="shape=partialRectangle;html=1;whiteSpace=wrap;connectable=0;strokeColor=inherit;overflow=hidden;fillColor=none;top=0;left=0;bottom=0;right=0;pointerEvents=1;align=left;" value="&lt;span style=&quot;color: light-dark(rgb(0, 0, 0), rgb(255, 255, 255)); background-color: transparent;&quot;&gt;Proveedor: nombre, &lt;/span&gt;&lt;span style=&quot;color: light-dark(rgb(0, 0, 0), rgb(255, 255, 255)); background-color: transparent;&quot;&gt;dirección_calle, dirección_número, dirección_ciudad, dirección_comuna&lt;/span&gt;&lt;span style=&quot;color: light-dark(rgb(0, 0, 0), rgb(255, 255, 255)); background-color: transparent;&quot;&gt;,&amp;nbsp;website,&amp;nbsp;&lt;u&gt;CUIT&lt;/u&gt;&lt;/span&gt;" vertex="1">
-           <mxGeometry height="40" width="479" as="geometry">
-             <mxRectangle height="40" width="479" as="alternateBounds" />
+           <mxGeometry height="40" width="490" y="130" as="geometry" />
+         </mxCell>
+         <mxCell id="ueE01yVk29oMdbMIV5Yc-20" parent="ueE01yVk29oMdbMIV5Yc-19" style="shape=partialRectangle;html=1;whiteSpace=wrap;connectable=0;strokeColor=inherit;overflow=hidden;fillColor=none;top=0;left=0;bottom=0;right=0;pointerEvents=1;align=left;" value="&lt;span style=&quot;color: light-dark(rgb(0, 0, 0), rgb(255, 255, 255)); background-color: transparent;&quot;&gt;Fábrica:&amp;nbsp;&lt;/span&gt;&lt;u&gt;CUIT&lt;/u&gt;,&amp;nbsp;&lt;span style=&quot;color: light-dark(rgb(0, 0, 0), rgb(255, 255, 255)); background-color: transparent;&quot;&gt;nombre, pais_origen,&lt;/span&gt;&lt;span style=&quot;color: light-dark(rgb(0, 0, 0), rgb(255, 255, 255)); background-color: transparent;&quot;&gt;&amp;nbsp;nombre_gerente, cant_empleados&amp;nbsp;&lt;/span&gt;" vertex="1">
+           <mxGeometry height="40" width="490" as="geometry">
+             <mxRectangle height="40" width="490" as="alternateBounds" />
          </mxGeometry>
        </mxCell>
        <mxCell id="ueE01yVk29oMdbMIV5Yc-23" parent="ueE01yVk29oMdbMIV5Yc-12" style="shape=tableRow;horizontal=0;startSize=0;swimlaneHead=0;swimlaneBody=0;strokeColor=inherit;top=0;left=0;bottom=0;right=0;collapsible=0;dropTarget=0;fillColor=none;points=[[0,0.5],[1,0.5]];portConstraint=eastwest;fixedHeader=1;" vertex="1">
-           <mxGeometry height="40" width="479" y="170" as="geometry" />
-         </mxCell>
-         <mxCell id="ueE01yVk29oMdbMIV5Yc-24" parent="ueE01yVk29oMdbMIV5Yc-23" style="shape=partialRectangle;html=1;whiteSpace=wrap;connectable=0;strokeColor=inherit;overflow=hidden;fillColor=none;top=0;left=0;bottom=0;right=0;pointerEvents=1;align=left;" value="Facturación: &lt;b&gt;nro_factura&lt;/b&gt;, cantidad, monto_total, &lt;b&gt;id_producto&lt;/b&gt;" vertex="1">
-           <mxGeometry height="40" width="479" as="geometry">
-             <mxRectangle height="40" width="479" as="alternateBounds" />
+           <mxGeometry height="40" width="490" y="170" as="geometry" />
+         </mxCell>
+         <mxCell id="ueE01yVk29oMdbMIV5Yc-24" parent="ueE01yVk29oMdbMIV5Yc-23" style="shape=partialRectangle;html=1;whiteSpace=wrap;connectable=0;strokeColor=inherit;overflow=hidden;fillColor=none;top=0;left=0;bottom=0;right=0;pointerEvents=1;align=left;" value="Tarjeta: &lt;u style=&quot;&quot;&gt;núm_tarjeta&lt;/u&gt;, nombre, cod_seguridad, fecha_vencimiento, &lt;b&gt;id_cliente&lt;/b&gt;" vertex="1">
+           <mxGeometry height="40" width="490" as="geometry">
+             <mxRectangle height="40" width="490" as="alternateBounds" />
          </mxGeometry>
        </mxCell>
        <mxCell id="ueE01yVk29oMdbMIV5Yc-26" parent="ueE01yVk29oMdbMIV5Yc-12" style="shape=tableRow;horizontal=0;startSize=0;swimlaneHead=0;swimlaneBody=0;strokeColor=inherit;top=0;left=0;bottom=0;right=0;collapsible=0;dropTarget=0;fillColor=none;points=[[0,0.5],[1,0.5]];portConstraint=eastwest;fixedHeader=1;" vertex="1">
-           <mxGeometry height="40" width="479" y="210" as="geometry" />
-         </mxCell>
-         <mxCell id="ueE01yVk29oMdbMIV5Yc-27" parent="ueE01yVk29oMdbMIV5Yc-26" style="shape=partialRectangle;html=1;whiteSpace=wrap;connectable=0;strokeColor=inherit;overflow=hidden;fillColor=none;top=0;left=0;bottom=0;right=0;pointerEvents=1;align=left;" value="Telefóno: &lt;b style=&quot;&quot;&gt;CUIT_cliente&lt;/b&gt;, teléfono, &lt;b&gt;cod_teléfono&lt;/b&gt;" vertex="1">
-           <mxGeometry height="40" width="479" as="geometry">
-             <mxRectangle height="40" width="479" as="alternateBounds" />
+           <mxGeometry height="40" width="490" y="210" as="geometry" />
+         </mxCell>
+         <mxCell id="ueE01yVk29oMdbMIV5Yc-27" parent="ueE01yVk29oMdbMIV5Yc-26" style="shape=partialRectangle;html=1;whiteSpace=wrap;connectable=0;strokeColor=inherit;overflow=hidden;fillColor=none;top=0;left=0;bottom=0;right=0;pointerEvents=1;align=left;" value="Trabajo:&amp;nbsp;&lt;b&gt;nro_sucursal&lt;/b&gt;, día, horario_inicio, horario_final, &lt;b&gt;legajo&lt;/b&gt;" vertex="1">
+           <mxGeometry height="40" width="490" as="geometry">
+             <mxRectangle height="40" width="490" as="alternateBounds" />
+           </mxGeometry>
+         </mxCell>
+         <mxCell id="SlJ4NUUqttZ9YjQKcY5y-1" parent="ueE01yVk29oMdbMIV5Yc-12" style="shape=tableRow;horizontal=0;startSize=0;swimlaneHead=0;swimlaneBody=0;strokeColor=inherit;top=0;left=0;bottom=0;right=0;collapsible=0;dropTarget=0;fillColor=none;points=[[0,0.5],[1,0.5]];portConstraint=eastwest;fixedHeader=1;" vertex="1">
+           <mxGeometry height="40" width="490" y="250" as="geometry" />
+         </mxCell>
+         <mxCell id="SlJ4NUUqttZ9YjQKcY5y-2" parent="SlJ4NUUqttZ9YjQKcY5y-1" style="shape=partialRectangle;html=1;whiteSpace=wrap;connectable=0;strokeColor=inherit;overflow=hidden;fillColor=none;top=0;left=0;bottom=0;right=0;pointerEvents=1;align=left;" value="Venta:&amp;nbsp;&lt;b&gt;nro_sucursal&lt;/b&gt;, id_venta, precio_venta, &lt;b&gt;cod_producto&lt;/b&gt;&amp;nbsp;&lt;span style=&quot;color: rgba(0, 0, 0, 0); font-family: monospace; font-size: 0px; white-space: nowrap;&quot;&gt;%3CmxGraphModel%3E%3Croot%3E%3CmxCell%20id%3D%220%22%2F%3E%3CmxCell%20id%3D%221%22%20parent%3D%220%22%2F%3E%3CmxCell%20id%3D%222%22%20parent%3D%221%22%20style%3D%22ellipse%3BwhiteSpace%3Dwrap%3Bhtml%3D1%3Balign%3Dcenter%3BfontStyle%3D4%3B%22%20value%3D%22cod_producto%22%20vertex%3D%221%22%3E%3CmxGeometry%20height%3D%2230%22%20width%3D%2280%22%20x%3D%22-205%22%20y%3D%22259%22%20as%3D%22geometry%22%2F%3E%3C%2FmxCell%3E%3C%2Froot%3E%3C%2FmxGraphModel%3E&lt;/span&gt;" vertex="1">
+           <mxGeometry height="40" width="490" as="geometry">
+             <mxRectangle height="40" width="490" as="alternateBounds" />
          </mxGeometry>
        </mxCell>
        <mxCell id="ueE01yVk29oMdbMIV5Yc-25" parent="1" style="ellipse;whiteSpace=wrap;html=1;align=center;fontStyle=4;" value="nro_sucursal" vertex="1">
          <mxGeometry height="24" width="90" x="-135" y="-115" as="geometry" />
        </mxCell>
        <mxCell id="aBGAuLwUvEidJyp7IOy3-1" parent="1" style="ellipse;whiteSpace=wrap;html=1;align=center;" value="ciudad" vertex="1">
          <mxGeometry height="30" width="70" x="-180" y="-91" as="geometry" />
        </mxCell>
        <mxCell id="aBGAuLwUvEidJyp7IOy3-6" parent="1" style="ellipse;whiteSpace=wrap;html=1;align=center;" value="domicilio" vertex="1">
          <mxGeometry height="30" width="70" x="-70" y="-91" as="geometry" />
        </mxCell>
        <mxCell id="aBGAuLwUvEidJyp7IOy3-11" edge="1" parent="1" source="__fQeJzKLpHXALts6HS9-2" style="endArrow=none;html=1;rounded=0;exitX=0.5;exitY=0;exitDx=0;exitDy=0;entryX=0;entryY=1;entryDx=0;entryDy=0;" target="aBGAuLwUvEidJyp7IOy3-6" value="">
          <mxGeometry relative="1" as="geometry">
            <mxPoint x="430" y="-315" as="sourcePoint" />
            <mxPoint x="470" y="-271" as="targetPoint" />
          </mxGeometry>
        </mxCell>
        <mxCell id="aBGAuLwUvEidJyp7IOy3-17" parent="1" style="ellipse;whiteSpace=wrap;html=1;align=center;" value="nombre" vertex="1">
          <mxGeometry height="30" width="70" x="240" y="-80" as="geometry" />
        </mxCell>
        <mxCell id="aBGAuLwUvEidJyp7IOy3-18" edge="1" parent="1" source="aBGAuLwUvEidJyp7IOy3-17" style="endArrow=none;html=1;rounded=0;exitX=1;exitY=1;exitDx=0;exitDy=0;entryX=0.5;entryY=0;entryDx=0;entryDy=0;" target="__fQeJzKLpHXALts6HS9-7" value="">
          <mxGeometry relative="1" as="geometry">
            <mxPoint x="292.5" y="-20" as="sourcePoint" />
            <mxPoint x="402.5" y="-40" as="targetPoint" />
          </mxGeometry>
        </mxCell>
        <mxCell id="aBGAuLwUvEidJyp7IOy3-19" edge="1" parent="1" source="aBGAuLwUvEidJyp7IOy3-22" style="endArrow=none;html=1;rounded=0;exitX=1;exitY=1;exitDx=0;exitDy=0;entryX=0.5;entryY=0;entryDx=0;entryDy=0;" target="__fQeJzKLpHXALts6HS9-7" value="">
          <mxGeometry relative="1" as="geometry">
            <mxPoint x="402.4999999999998" y="-99.99999999999977" as="sourcePoint" />
            <mxPoint x="402.5" y="-40" as="targetPoint" />
          </mxGeometry>
        </mxCell>
        <mxCell id="aBGAuLwUvEidJyp7IOy3-20" edge="1" parent="1" source="aBGAuLwUvEidJyp7IOy3-21" style="endArrow=none;html=1;rounded=0;entryX=0.5;entryY=0;entryDx=0;entryDy=0;exitX=0.5;exitY=0;exitDx=0;exitDy=0;" target="__fQeJzKLpHXALts6HS9-7" value="">
          <mxGeometry relative="1" as="geometry">
            <mxPoint x="442.5" y="-94" as="sourcePoint" />
            <mxPoint x="402.5" y="-40" as="targetPoint" />
          </mxGeometry>
        </mxCell>
        <mxCell id="aBGAuLwUvEidJyp7IOy3-21" parent="1" style="ellipse;whiteSpace=wrap;html=1;align=center;fontStyle=4;" value="legajo" vertex="1">
          <mxGeometry height="24" width="60" x="327.5" y="-135" as="geometry" />
        </mxCell>
        <mxCell id="aBGAuLwUvEidJyp7IOy3-22" parent="1" style="ellipse;whiteSpace=wrap;html=1;align=center;" value="dirección" vertex="1">
          <mxGeometry height="30" width="70" x="252.5" y="-119.5" as="geometry" />
        </mxCell>
        <mxCell id="aBGAuLwUvEidJyp7IOy3-26" edge="1" parent="1" source="__fQeJzKLpHXALts6HS9-7" style="endArrow=none;html=1;rounded=0;exitX=0.5;exitY=0;exitDx=0;exitDy=0;entryX=0;entryY=1;entryDx=0;entryDy=0;" target="aBGAuLwUvEidJyp7IOy3-27" value="">
          <mxGeometry relative="1" as="geometry">
            <mxPoint x="402.5" y="-40" as="sourcePoint" />
            <mxPoint x="442.751262658438" y="-84.39339828218772" as="targetPoint" />
          </mxGeometry>
        </mxCell>
        <mxCell id="aBGAuLwUvEidJyp7IOy3-27" parent="1" style="ellipse;shape=doubleEllipse;margin=3;whiteSpace=wrap;html=1;align=center;" value="teléfono" vertex="1">
          <mxGeometry height="31" width="80" x="387.5" y="-80" as="geometry" />
        </mxCell>
        <mxCell id="aBGAuLwUvEidJyp7IOy3-31" parent="1" style="ellipse;whiteSpace=wrap;html=1;align=center;" value="calle" vertex="1">
          <mxGeometry height="30" width="70" x="182.5" y="-190" as="geometry" />
        </mxCell>
        <mxCell id="aBGAuLwUvEidJyp7IOy3-32" parent="1" style="ellipse;whiteSpace=wrap;html=1;align=center;" value="número" vertex="1">
          <mxGeometry height="30" width="70" x="252.5" y="-210" as="geometry" />
        </mxCell>
        <mxCell id="aBGAuLwUvEidJyp7IOy3-33" parent="1" style="ellipse;whiteSpace=wrap;html=1;align=center;" value="ciudad" vertex="1">
          <mxGeometry height="30" width="70" x="322.5" y="-190" as="geometry" />
        </mxCell>
        <mxCell id="aBGAuLwUvEidJyp7IOy3-34" edge="1" parent="1" source="aBGAuLwUvEidJyp7IOy3-33" style="endArrow=none;html=1;rounded=0;exitX=0;exitY=1;exitDx=0;exitDy=0;entryX=0.5;entryY=0;entryDx=0;entryDy=0;" target="aBGAuLwUvEidJyp7IOy3-22" value="">
          <mxGeometry relative="1" as="geometry">
            <mxPoint x="482.5" y="-375" as="sourcePoint" />
            <mxPoint x="272.5" y="-210" as="targetPoint" />
          </mxGeometry>
        </mxCell>
        <mxCell id="aBGAuLwUvEidJyp7IOy3-35" edge="1" parent="1" source="aBGAuLwUvEidJyp7IOy3-22" style="endArrow=none;html=1;rounded=0;exitX=0.5;exitY=0;exitDx=0;exitDy=0;entryX=0.5;entryY=1;entryDx=0;entryDy=0;" target="aBGAuLwUvEidJyp7IOy3-32" value="">
          <mxGeometry relative="1" as="geometry">
            <mxPoint x="272.5" y="-210" as="sourcePoint" />
            <mxPoint x="452.5" y="-221" as="targetPoint" />
          </mxGeometry>
        </mxCell>
        <mxCell id="aBGAuLwUvEidJyp7IOy3-36" edge="1" parent="1" source="aBGAuLwUvEidJyp7IOy3-31" style="endArrow=none;html=1;rounded=0;entryX=0.5;entryY=0;entryDx=0;entryDy=0;exitX=1;exitY=1;exitDx=0;exitDy=0;" target="aBGAuLwUvEidJyp7IOy3-22" value="">
          <mxGeometry relative="1" as="geometry">
            <mxPoint x="247.5" y="-180" as="sourcePoint" />
            <mxPoint x="272.5" y="-210" as="targetPoint" />
          </mxGeometry>
        </mxCell>
        <mxCell id="aBGAuLwUvEidJyp7IOy3-38" parent="1" style="ellipse;whiteSpace=wrap;html=1;align=center;" value="descripción" vertex="1">
          <mxGeometry height="25" width="80" x="-172.5" y="299" as="geometry" />
        </mxCell>
        <mxCell id="aBGAuLwUvEidJyp7IOy3-41" parent="1" style="ellipse;whiteSpace=wrap;html=1;align=center;" value="nombre_gerente" vertex="1">
          <mxGeometry height="30" width="100" x="-510" y="115" as="geometry" />
        </mxCell>
        <mxCell id="aBGAuLwUvEidJyp7IOy3-43" parent="1" style="ellipse;whiteSpace=wrap;html=1;align=center;" value="pais_origen" vertex="1">
          <mxGeometry height="30" width="80" x="-640" y="112" as="geometry" />
        </mxCell>
        <mxCell id="aBGAuLwUvEidJyp7IOy3-44" parent="1" style="ellipse;whiteSpace=wrap;html=1;align=center;" value="nombre" vertex="1">
          <mxGeometry height="30" width="80" x="-670" y="145" as="geometry" />
        </mxCell>
        <mxCell id="aBGAuLwUvEidJyp7IOy3-47" parent="1" style="ellipse;whiteSpace=wrap;html=1;align=center;" value="color" vertex="1">
          <mxGeometry height="29" width="70" x="-35" y="255" as="geometry" />
        </mxCell>
        <mxCell id="aBGAuLwUvEidJyp7IOy3-48" edge="1" parent="1" source="__fQeJzKLpHXALts6HS9-11" style="endArrow=none;html=1;rounded=0;exitX=0.5;exitY=1;exitDx=0;exitDy=0;entryX=0;entryY=0;entryDx=0;entryDy=0;" target="aBGAuLwUvEidJyp7IOy3-47" value="">
          <mxGeometry relative="1" as="geometry">
            <mxPoint x="100" y="329" as="sourcePoint" />
            <mxPoint x="150" y="384" as="targetPoint" />
          </mxGeometry>
        </mxCell>
        <mxCell id="aBGAuLwUvEidJyp7IOy3-49" parent="1" style="rounded=1;arcSize=10;whiteSpace=wrap;html=1;align=center;" value="Fábrica" vertex="1">
          <mxGeometry height="40" width="100" x="-580" y="204" as="geometry" />
        </mxCell>
        <mxCell id="aBGAuLwUvEidJyp7IOy3-52" edge="1" parent="1" source="aBGAuLwUvEidJyp7IOy3-44" style="endArrow=none;html=1;rounded=0;exitX=1;exitY=1;exitDx=0;exitDy=0;entryX=0.5;entryY=0;entryDx=0;entryDy=0;" target="aBGAuLwUvEidJyp7IOy3-49" value="">
          <mxGeometry relative="1" as="geometry">
            <mxPoint x="-415" y="299" as="sourcePoint" />
            <mxPoint x="-535" y="209" as="targetPoint" />
          </mxGeometry>
        </mxCell>
        <mxCell id="aBGAuLwUvEidJyp7IOy3-54" edge="1" parent="1" source="aBGAuLwUvEidJyp7IOy3-43" style="endArrow=none;html=1;rounded=0;exitX=1;exitY=1;exitDx=0;exitDy=0;entryX=0.5;entryY=0;entryDx=0;entryDy=0;" target="aBGAuLwUvEidJyp7IOy3-49" value="">
          <mxGeometry relative="1" as="geometry">
            <mxPoint x="-515" y="169" as="sourcePoint" />
            <mxPoint x="-535" y="209" as="targetPoint" />
          </mxGeometry>
        </mxCell>
        <mxCell id="aBGAuLwUvEidJyp7IOy3-55" edge="1" parent="1" source="aBGAuLwUvEidJyp7IOy3-49" style="endArrow=none;html=1;rounded=0;exitX=0.5;exitY=0;exitDx=0;exitDy=0;entryX=0;entryY=1;entryDx=0;entryDy=0;" target="aBGAuLwUvEidJyp7IOy3-41" value="">
          <mxGeometry relative="1" as="geometry">
            <mxPoint x="-535" y="209" as="sourcePoint" />
            <mxPoint x="-455" y="213" as="targetPoint" />
          </mxGeometry>
        </mxCell>
        <mxCell id="aBGAuLwUvEidJyp7IOy3-56" edge="1" parent="1" source="3osZsQ2Fq6k2BvSbL6Ga-3" style="endArrow=none;html=1;rounded=0;exitX=0.5;exitY=1;exitDx=0;exitDy=0;entryX=0.5;entryY=0;entryDx=0;entryDy=0;" target="aBGAuLwUvEidJyp7IOy3-49" value="">
          <mxGeometry relative="1" as="geometry">
            <mxPoint x="-575" y="134" as="sourcePoint" />
            <mxPoint x="-535" y="209" as="targetPoint" />
          </mxGeometry>
        </mxCell>
        <mxCell id="3osZsQ2Fq6k2BvSbL6Ga-3" parent="1" style="ellipse;whiteSpace=wrap;html=1;align=center;fontStyle=4;" value="CUIT" vertex="1">
          <mxGeometry height="30" width="80" x="-570" y="85" as="geometry" />
        </mxCell>
        <mxCell id="3osZsQ2Fq6k2BvSbL6Ga-4" parent="1" style="ellipse;whiteSpace=wrap;html=1;align=center;" value="dni" vertex="1">
          <mxGeometry height="24.5" width="55" x="387.5" y="-114" as="geometry" />
        </mxCell>
        <mxCell id="3osZsQ2Fq6k2BvSbL6Ga-5" edge="1" parent="1" source="3osZsQ2Fq6k2BvSbL6Ga-4" style="endArrow=none;html=1;rounded=0;exitX=0;exitY=1;exitDx=0;exitDy=0;entryX=0.5;entryY=0;entryDx=0;entryDy=0;" target="__fQeJzKLpHXALts6HS9-7" value="">
          <mxGeometry relative="1" as="geometry">
            <mxPoint x="487.5" y="-110" as="sourcePoint" />
            <mxPoint x="537.5" y="-46" as="targetPoint" />
          </mxGeometry>
        </mxCell>
        <mxCell id="3osZsQ2Fq6k2BvSbL6Ga-7" parent="1" style="ellipse;whiteSpace=wrap;html=1;align=center;" value="día" vertex="1">
          <mxGeometry height="30" width="57.5" x="93.75" y="-80" as="geometry" />
        </mxCell>
        <mxCell id="3osZsQ2Fq6k2BvSbL6Ga-8" parent="1" style="ellipse;whiteSpace=wrap;html=1;align=center;" value="horario" vertex="1">
          <mxGeometry height="30" width="80" x="82.5" y="25" as="geometry" />
        </mxCell>
        <mxCell id="3osZsQ2Fq6k2BvSbL6Ga-9" parent="1" style="ellipse;whiteSpace=wrap;html=1;align=center;" value="inicio" vertex="1">
          <mxGeometry height="31" width="60" x="60" y="84" as="geometry" />
        </mxCell>
        <mxCell id="3osZsQ2Fq6k2BvSbL6Ga-10" parent="1" style="ellipse;whiteSpace=wrap;html=1;align=center;" value="final" vertex="1">
          <mxGeometry height="31" width="60" x="140" y="83" as="geometry" />
        </mxCell>
        <mxCell id="3osZsQ2Fq6k2BvSbL6Ga-11" edge="1" parent="1" source="3osZsQ2Fq6k2BvSbL6Ga-7" style="endArrow=none;html=1;rounded=0;exitX=0.5;exitY=1;exitDx=0;exitDy=0;entryX=0.5;entryY=0;entryDx=0;entryDy=0;" target="__fQeJzKLpHXALts6HS9-29" value="">
          <mxGeometry relative="1" as="geometry">
            <mxPoint x="250" y="65" as="sourcePoint" />
            <mxPoint x="295" y="129" as="targetPoint" />
          </mxGeometry>
        </mxCell>
        <mxCell id="3osZsQ2Fq6k2BvSbL6Ga-12" edge="1" parent="1" source="__fQeJzKLpHXALts6HS9-29" style="endArrow=none;html=1;rounded=0;exitX=0.5;exitY=1;exitDx=0;exitDy=0;entryX=0.5;entryY=0;entryDx=0;entryDy=0;" target="3osZsQ2Fq6k2BvSbL6Ga-8" value="">
          <mxGeometry relative="1" as="geometry">
            <mxPoint x="200" y="55" as="sourcePoint" />
            <mxPoint x="245" y="119" as="targetPoint" />
          </mxGeometry>
        </mxCell>
        <mxCell id="3osZsQ2Fq6k2BvSbL6Ga-13" edge="1" parent="1" source="3osZsQ2Fq6k2BvSbL6Ga-8" style="endArrow=none;html=1;rounded=0;exitX=0.5;exitY=1;exitDx=0;exitDy=0;entryX=0.5;entryY=0;entryDx=0;entryDy=0;" target="3osZsQ2Fq6k2BvSbL6Ga-10" value="">
          <mxGeometry relative="1" as="geometry">
            <mxPoint x="190" y="55" as="sourcePoint" />
            <mxPoint x="235" y="119" as="targetPoint" />
          </mxGeometry>
        </mxCell>
        <mxCell id="3osZsQ2Fq6k2BvSbL6Ga-14" edge="1" parent="1" source="3osZsQ2Fq6k2BvSbL6Ga-8" style="endArrow=none;html=1;rounded=0;exitX=0.5;exitY=1;exitDx=0;exitDy=0;entryX=0.5;entryY=0;entryDx=0;entryDy=0;" target="3osZsQ2Fq6k2BvSbL6Ga-9" value="">
          <mxGeometry relative="1" as="geometry">
            <mxPoint x="210" y="65" as="sourcePoint" />
            <mxPoint x="255" y="129" as="targetPoint" />
          </mxGeometry>
        </mxCell>
        <mxCell id="3osZsQ2Fq6k2BvSbL6Ga-16" parent="1" style="shape=rhombus;perimeter=rhombusPerimeter;whiteSpace=wrap;html=1;align=center;" value="son vendidos" vertex="1">
          <mxGeometry height="42" width="95" x="-137.5" y="83" as="geometry" />
        </mxCell>
        <mxCell id="3osZsQ2Fq6k2BvSbL6Ga-17" edge="1" parent="1" source="3osZsQ2Fq6k2BvSbL6Ga-16" style="endArrow=none;html=1;rounded=0;exitX=0.5;exitY=0;exitDx=0;exitDy=0;entryX=0.5;entryY=1;entryDx=0;entryDy=0;" target="__fQeJzKLpHXALts6HS9-2" value="">
          <mxGeometry relative="1" as="geometry">
            <mxPoint x="125" y="165" as="sourcePoint" />
            <mxPoint x="10" y="165" as="targetPoint" />
          </mxGeometry>
        </mxCell>
        <mxCell id="3osZsQ2Fq6k2BvSbL6Ga-18" connectable="0" parent="3osZsQ2Fq6k2BvSbL6Ga-17" style="resizable=0;html=1;whiteSpace=wrap;align=right;verticalAlign=bottom;" value="N" vertex="1">
          <mxGeometry relative="1" x="1" as="geometry">
            <mxPoint x="10" y="19" as="offset" />
          </mxGeometry>
        </mxCell>
        <mxCell id="3osZsQ2Fq6k2BvSbL6Ga-19" edge="1" parent="1" source="3osZsQ2Fq6k2BvSbL6Ga-16" style="endArrow=none;html=1;rounded=0;exitX=0.5;exitY=1;exitDx=0;exitDy=0;entryX=0.5;entryY=0;entryDx=0;entryDy=0;" target="__fQeJzKLpHXALts6HS9-11" value="">
          <mxGeometry relative="1" as="geometry">
            <mxPoint x="95" y="155" as="sourcePoint" />
            <mxPoint x="-20" y="155" as="targetPoint" />
          </mxGeometry>
        </mxCell>
        <mxCell id="3osZsQ2Fq6k2BvSbL6Ga-20" connectable="0" parent="3osZsQ2Fq6k2BvSbL6Ga-19" style="resizable=0;html=1;whiteSpace=wrap;align=right;verticalAlign=bottom;" value="N" vertex="1">
          <mxGeometry relative="1" x="1" as="geometry">
            <mxPoint x="15" y="1" as="offset" />
          </mxGeometry>
        </mxCell>
        <mxCell id="3osZsQ2Fq6k2BvSbL6Ga-21" parent="1" style="ellipse;whiteSpace=wrap;html=1;align=center;" value="precio_venta" vertex="1">
          <mxGeometry height="26" width="80" x="-260" y="91" as="geometry" />
        </mxCell>
        <mxCell id="3osZsQ2Fq6k2BvSbL6Ga-22" edge="1" parent="1" source="3osZsQ2Fq6k2BvSbL6Ga-21" style="endArrow=none;html=1;rounded=0;exitX=1;exitY=0.5;exitDx=0;exitDy=0;entryX=0;entryY=0.5;entryDx=0;entryDy=0;" target="3osZsQ2Fq6k2BvSbL6Ga-16" value="">
          <mxGeometry relative="1" as="geometry">
            <mxPoint x="-230" y="155" as="sourcePoint" />
            <mxPoint x="-180" y="210" as="targetPoint" />
          </mxGeometry>
        </mxCell>
        <mxCell id="3osZsQ2Fq6k2BvSbL6Ga-24" parent="1" style="ellipse;whiteSpace=wrap;html=1;align=center;" value="cant_empleados" vertex="1">
          <mxGeometry height="30" width="100" x="-480" y="154" as="geometry" />
        </mxCell>
        <mxCell id="3osZsQ2Fq6k2BvSbL6Ga-25" edge="1" parent="1" source="aBGAuLwUvEidJyp7IOy3-49" style="endArrow=none;html=1;rounded=0;exitX=0.5;exitY=0;exitDx=0;exitDy=0;entryX=0;entryY=1;entryDx=0;entryDy=0;" target="3osZsQ2Fq6k2BvSbL6Ga-24" value="">
          <mxGeometry relative="1" as="geometry">
            <mxPoint x="-390" y="304" as="sourcePoint" />
            <mxPoint x="-356" y="235" as="targetPoint" />
          </mxGeometry>
        </mxCell>
        <mxCell id="3osZsQ2Fq6k2BvSbL6Ga-27" parent="1" style="ellipse;whiteSpace=wrap;html=1;align=center;" value="descuento_fijo" vertex="1">
          <mxGeometry height="30" width="100" x="-365" y="-109" as="geometry" />
        </mxCell>
        <mxCell id="3osZsQ2Fq6k2BvSbL6Ga-28" edge="1" parent="1" source="3osZsQ2Fq6k2BvSbL6Ga-27" style="endArrow=none;html=1;rounded=0;entryX=0.5;entryY=0;entryDx=0;entryDy=0;exitX=0.5;exitY=1;exitDx=0;exitDy=0;" target="__fQeJzKLpHXALts6HS9-17" value="">
          <mxGeometry relative="1" as="geometry">
            <mxPoint x="-320" y="-125" as="sourcePoint" />
            <mxPoint x="-320" y="-64" as="targetPoint" />
          </mxGeometry>
        </mxCell>
        <mxCell id="3osZsQ2Fq6k2BvSbL6Ga-37" parent="1" style="ellipse;whiteSpace=wrap;html=1;align=center;" value="nombre" vertex="1">
          <mxGeometry height="26" width="70" x="-620" y="-118" as="geometry" />
        </mxCell>
        <mxCell id="3osZsQ2Fq6k2BvSbL6Ga-38" parent="1" style="ellipse;whiteSpace=wrap;html=1;align=center;fontStyle=4;" value="id_cliente" vertex="1">
          <mxGeometry height="24" width="80" x="-660" y="-86.5" as="geometry" />
        </mxCell>
        <mxCell id="3osZsQ2Fq6k2BvSbL6Ga-39" parent="1" style="ellipse;whiteSpace=wrap;html=1;align=center;" value="ciudad" vertex="1">
          <mxGeometry height="26" width="70" x="-510" y="-118" as="geometry" />
        </mxCell>
        <mxCell id="3osZsQ2Fq6k2BvSbL6Ga-40" parent="1" style="ellipse;whiteSpace=wrap;html=1;align=center;" value="fecha_nac" vertex="1">
          <mxGeometry height="26" width="70" x="-490" y="-85.5" as="geometry" />
        </mxCell>
        <mxCell id="3osZsQ2Fq6k2BvSbL6Ga-41" parent="1" style="ellipse;whiteSpace=wrap;html=1;align=center;" value="dni" vertex="1">
          <mxGeometry height="26" width="70" x="-565" y="-145.5" as="geometry" />
        </mxCell>
        <mxCell id="3osZsQ2Fq6k2BvSbL6Ga-42" edge="1" parent="1" source="3osZsQ2Fq6k2BvSbL6Ga-38" style="endArrow=none;html=1;rounded=0;entryX=0.5;entryY=0;entryDx=0;entryDy=0;exitX=1;exitY=1;exitDx=0;exitDy=0;" target="__fQeJzKLpHXALts6HS9-16" value="">
          <mxGeometry relative="1" as="geometry">
            <mxPoint x="-530" y="-65" as="sourcePoint" />
            <mxPoint x="-530" y="-21" as="targetPoint" />
          </mxGeometry>
        </mxCell>
        <mxCell id="3osZsQ2Fq6k2BvSbL6Ga-43" edge="1" parent="1" source="3osZsQ2Fq6k2BvSbL6Ga-37" style="endArrow=none;html=1;rounded=0;entryX=0.5;entryY=0;entryDx=0;entryDy=0;exitX=1;exitY=1;exitDx=0;exitDy=0;" target="__fQeJzKLpHXALts6HS9-16" value="">
          <mxGeometry relative="1" as="geometry">
            <mxPoint x="-540" y="-65" as="sourcePoint" />
            <mxPoint x="-540" y="-21" as="targetPoint" />
          </mxGeometry>
        </mxCell>
        <mxCell id="3osZsQ2Fq6k2BvSbL6Ga-44" edge="1" parent="1" source="3osZsQ2Fq6k2BvSbL6Ga-41" style="endArrow=none;html=1;rounded=0;exitX=0.5;exitY=1;exitDx=0;exitDy=0;entryX=0.5;entryY=0;entryDx=0;entryDy=0;" target="__fQeJzKLpHXALts6HS9-16" value="">
          <mxGeometry relative="1" as="geometry">
            <mxPoint x="-530" y="-75" as="sourcePoint" />
            <mxPoint x="-530" y="-35" as="targetPoint" />
          </mxGeometry>
        </mxCell>
        <mxCell id="3osZsQ2Fq6k2BvSbL6Ga-45" edge="1" parent="1" source="3osZsQ2Fq6k2BvSbL6Ga-39" style="endArrow=none;html=1;rounded=0;entryX=0.5;entryY=0;entryDx=0;entryDy=0;exitX=0;exitY=1;exitDx=0;exitDy=0;" target="__fQeJzKLpHXALts6HS9-16" value="">
          <mxGeometry relative="1" as="geometry">
            <mxPoint x="-500" y="-85" as="sourcePoint" />
            <mxPoint x="-500" y="-41" as="targetPoint" />
          </mxGeometry>
        </mxCell>
        <mxCell id="3osZsQ2Fq6k2BvSbL6Ga-46" edge="1" parent="1" source="3osZsQ2Fq6k2BvSbL6Ga-40" style="endArrow=none;html=1;rounded=0;entryX=0.5;entryY=0;entryDx=0;entryDy=0;exitX=0;exitY=1;exitDx=0;exitDy=0;" target="__fQeJzKLpHXALts6HS9-16" value="">
          <mxGeometry relative="1" as="geometry">
            <mxPoint x="-500" y="-55" as="sourcePoint" />
            <mxPoint x="-500" y="-11" as="targetPoint" />
          </mxGeometry>
        </mxCell>
        <mxCell id="3osZsQ2Fq6k2BvSbL6Ga-47" parent="1" style="rounded=1;arcSize=10;whiteSpace=wrap;html=1;align=center;" value="Tarjeta" vertex="1">
          <mxGeometry height="40" width="100" x="-970" y="-30" as="geometry" />
        </mxCell>
        <mxCell id="3osZsQ2Fq6k2BvSbL6Ga-48" parent="1" style="shape=rhombus;perimeter=rhombusPerimeter;whiteSpace=wrap;html=1;align=center;" value="puede usar" vertex="1">
          <mxGeometry height="34" width="100" x="-770" y="-27" as="geometry" />
        </mxCell>
        <mxCell id="3osZsQ2Fq6k2BvSbL6Ga-49" edge="1" parent="1" source="3osZsQ2Fq6k2BvSbL6Ga-48" style="endArrow=none;html=1;rounded=0;exitX=0;exitY=0.5;exitDx=0;exitDy=0;entryX=1;entryY=0.5;entryDx=0;entryDy=0;" target="3osZsQ2Fq6k2BvSbL6Ga-47" value="">
          <mxGeometry relative="1" as="geometry">
            <mxPoint x="-750" y="65" as="sourcePoint" />
            <mxPoint x="-860" y="65" as="targetPoint" />
          </mxGeometry>
        </mxCell>
        <mxCell id="3osZsQ2Fq6k2BvSbL6Ga-50" connectable="0" parent="3osZsQ2Fq6k2BvSbL6Ga-49" style="resizable=0;html=1;whiteSpace=wrap;align=right;verticalAlign=bottom;" value="N" vertex="1">
          <mxGeometry relative="1" x="1" as="geometry">
            <mxPoint x="20" as="offset" />
          </mxGeometry>
        </mxCell>
        <mxCell id="3osZsQ2Fq6k2BvSbL6Ga-51" edge="1" parent="1" source="3osZsQ2Fq6k2BvSbL6Ga-48" style="endArrow=none;html=1;rounded=0;exitX=1;exitY=0.5;exitDx=0;exitDy=0;entryX=0;entryY=0.5;entryDx=0;entryDy=0;" target="__fQeJzKLpHXALts6HS9-16" value="">
          <mxGeometry relative="1" as="geometry">
            <mxPoint x="-730" y="75" as="sourcePoint" />
            <mxPoint x="-840" y="75" as="targetPoint" />
          </mxGeometry>
        </mxCell>
        <mxCell id="3osZsQ2Fq6k2BvSbL6Ga-52" connectable="0" parent="3osZsQ2Fq6k2BvSbL6Ga-51" style="resizable=0;html=1;whiteSpace=wrap;align=right;verticalAlign=bottom;" value="1" vertex="1">
          <mxGeometry relative="1" x="1" as="geometry">
            <mxPoint x="-10" as="offset" />
          </mxGeometry>
        </mxCell>
        <mxCell id="3osZsQ2Fq6k2BvSbL6Ga-53" parent="1" style="ellipse;whiteSpace=wrap;html=1;align=center;fontStyle=4;" value="núm_tarjeta" vertex="1">
          <mxGeometry height="24" width="80" x="-1030" y="25" as="geometry" />
        </mxCell>
        <mxCell id="3osZsQ2Fq6k2BvSbL6Ga-54" parent="1" style="ellipse;whiteSpace=wrap;html=1;align=center;" value="cod_seguridad" vertex="1">
          <mxGeometry height="26" width="85" x="-910" y="55" as="geometry" />
        </mxCell>
        <mxCell id="3osZsQ2Fq6k2BvSbL6Ga-55" parent="1" style="ellipse;whiteSpace=wrap;html=1;align=center;" value="fecha_vencimiento" vertex="1">
          <mxGeometry height="24.5" width="120" x="-890" y="24.5" as="geometry" />
        </mxCell>
        <mxCell id="3osZsQ2Fq6k2BvSbL6Ga-56" parent="1" style="ellipse;whiteSpace=wrap;html=1;align=center;" value="nombre" vertex="1">
          <mxGeometry height="26" width="70" x="-1000" y="55" as="geometry" />
        </mxCell>
        <mxCell id="3osZsQ2Fq6k2BvSbL6Ga-57" edge="1" parent="1" source="3osZsQ2Fq6k2BvSbL6Ga-47" style="endArrow=none;html=1;rounded=0;entryX=0;entryY=0;entryDx=0;entryDy=0;exitX=0.5;exitY=1;exitDx=0;exitDy=0;" target="3osZsQ2Fq6k2BvSbL6Ga-55" value="">
          <mxGeometry relative="1" as="geometry">
            <mxPoint x="-910" y="125" as="sourcePoint" />
            <mxPoint x="-880" y="191" as="targetPoint" />
          </mxGeometry>
        </mxCell>
        <mxCell id="3osZsQ2Fq6k2BvSbL6Ga-58" edge="1" parent="1" source="3osZsQ2Fq6k2BvSbL6Ga-47" style="endArrow=none;html=1;rounded=0;entryX=1;entryY=0;entryDx=0;entryDy=0;exitX=0.5;exitY=1;exitDx=0;exitDy=0;" target="3osZsQ2Fq6k2BvSbL6Ga-53" value="">
          <mxGeometry relative="1" as="geometry">
            <mxPoint x="-950" y="135" as="sourcePoint" />
            <mxPoint x="-920" y="201" as="targetPoint" />
          </mxGeometry>
        </mxCell>
        <mxCell id="3osZsQ2Fq6k2BvSbL6Ga-59" edge="1" parent="1" source="3osZsQ2Fq6k2BvSbL6Ga-47" style="endArrow=none;html=1;rounded=0;entryX=0;entryY=0;entryDx=0;entryDy=0;exitX=0.5;exitY=1;exitDx=0;exitDy=0;" target="3osZsQ2Fq6k2BvSbL6Ga-54" value="">
          <mxGeometry relative="1" as="geometry">
            <mxPoint x="-910" y="125" as="sourcePoint" />
            <mxPoint x="-880" y="191" as="targetPoint" />
          </mxGeometry>
        </mxCell>
        <mxCell id="3osZsQ2Fq6k2BvSbL6Ga-60" edge="1" parent="1" source="3osZsQ2Fq6k2BvSbL6Ga-47" style="endArrow=none;html=1;rounded=0;entryX=1;entryY=0;entryDx=0;entryDy=0;exitX=0.5;exitY=1;exitDx=0;exitDy=0;" target="3osZsQ2Fq6k2BvSbL6Ga-56" value="">
          <mxGeometry relative="1" as="geometry">
            <mxPoint x="-970" y="125" as="sourcePoint" />
            <mxPoint x="-940" y="191" as="targetPoint" />
          </mxGeometry>
        </mxCell>
      </root>
    </mxGraphModel>
  </diagram>
</mxfile>
